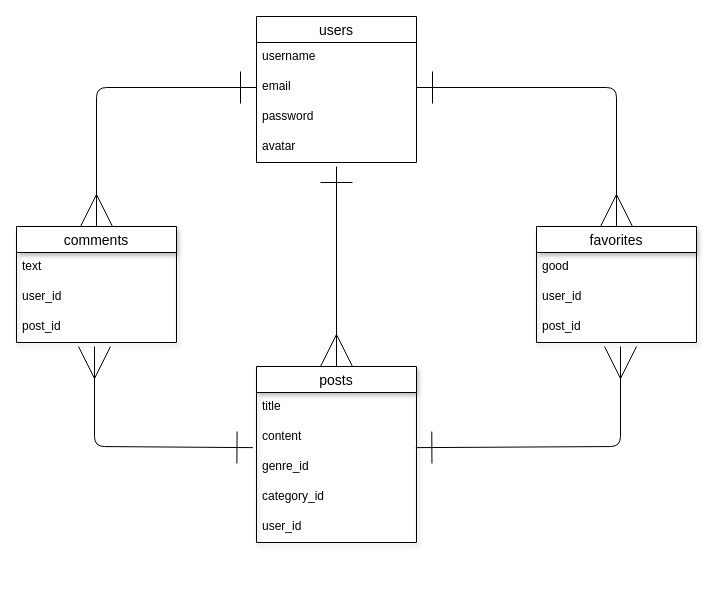
This is ER.dio from itsuto/soccer-app, a draw.io file, before an edit. Source tidied: cells renumbered, new cells numbered last; positions are measured from the earlier drawing's top-left corner, leaving out a move shared by most shapes. Both pictures are drawn from the tidied source at 100%, with x=0, y=0 at pixel (16, 16).
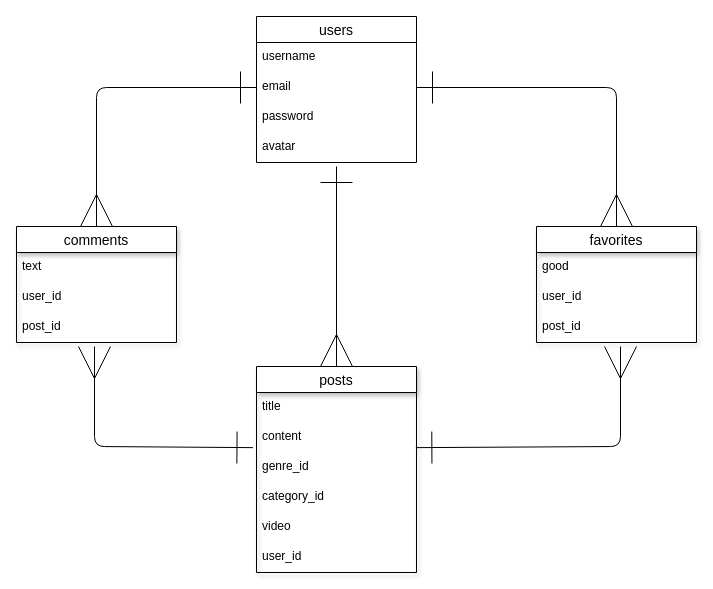
The same diagram, later.

Change to the diagram source:
```diff
@@
     <mxCell id="11" value="posts" style="swimlane;fontStyle=0;horizontal=1;startSize=26;align=center;fontSize=14;shadow=1;" parent="1" vertex="1">
-      <mxGeometry x="240" y="350" width="160" height="176" as="geometry" />
+      <mxGeometry x="240" y="350" width="160" height="206" as="geometry" />
     </mxCell>
@@
-    <mxCell id="16" value="user_id" style="text;strokeColor=none;fillColor=none;spacingLeft=4;spacingRight=4;overflow=hidden;fontSize=12;shadow=1;" parent="11" vertex="1">
+    <mxCell id="16" value="video" style="text;strokeColor=none;fillColor=none;spacingLeft=4;spacingRight=4;overflow=hidden;fontSize=12;shadow=1;" parent="11" vertex="1">
       <mxGeometry y="146" width="160" height="30" as="geometry" />
     </mxCell>
+    <mxCell id="26" value="user_id" style="text;strokeColor=none;fillColor=none;spacingLeft=4;spacingRight=4;overflow=hidden;fontSize=12;shadow=1;" parent="11" vertex="1">
+      <mxGeometry y="176" width="160" height="30" as="geometry" />
+    </mxCell>
```
